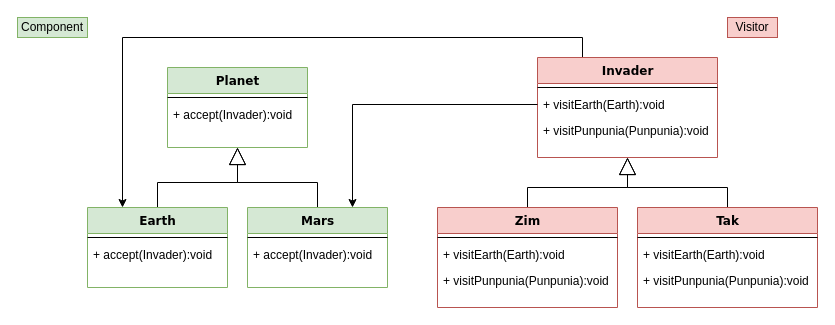
nicolaskruger/designPatterns keeps this draw.io diagram as assets/drawio/Visitor.drawio. Above is the earlier version. Source tidied: cells renumbered, new cells numbered last; positions are measured from the earlier drawing's top-left corner, leaving out a move shared by most shapes. Both pictures are drawn from the tidied source at 100%, with x=0, y=0 at pixel (17, 17).
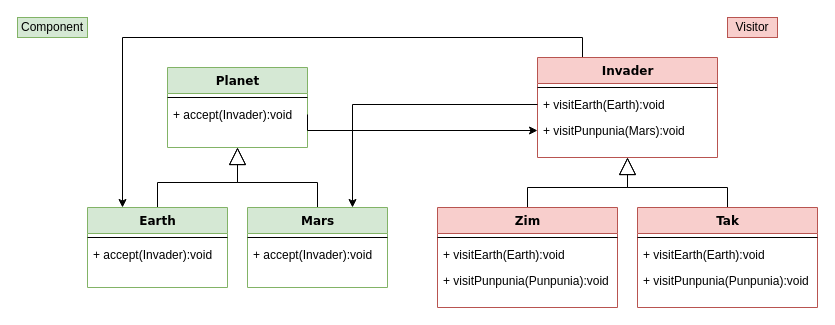
The same diagram, later.

The change refers to these unchanged cells:
```xml
<mxCell id="6" value="+ accept(Invader):void" style="text;html=1;strokeColor=none;fillColor=none;align=left;verticalAlign=top;spacingLeft=4;spacingRight=4;whiteSpace=wrap;overflow=hidden;points=[[0,0.5],[1,0.5]];portConstraint=eastwest;" parent="4" vertex="1">
  <mxGeometry y="34" width="140" height="26" as="geometry" />
</mxCell>
<mxCell id="17" value="Invader" style="swimlane;html=1;fontStyle=1;align=center;verticalAlign=top;horizontal=1;startSize=26;swimlaneFillColor=#ffffff;rounded=0;shadow=0;comic=0;labelBackgroundColor=none;strokeWidth=1;fillColor=#f8cecc;fontFamily=Verdana;fontSize=12;strokeColor=#b85450;" parent="1" vertex="1">
  <mxGeometry x="520" y="40" width="180" height="100" as="geometry" />
</mxCell>
```

The edit, as a diff of the source:
```diff
@@
-    <mxCell id="20" value="+ visitPunpunia(Punpunia):void" style="text;html=1;strokeColor=none;fillColor=none;align=left;verticalAlign=top;spacingLeft=4;spacingRight=4;whiteSpace=wrap;overflow=hidden;points=[[0,0.5],[1,0.5]];portConstraint=eastwest;" parent="17" vertex="1">
+    <mxCell id="20" value="+ visitPunpunia(Mars):void" style="text;html=1;strokeColor=none;fillColor=none;align=left;verticalAlign=top;spacingLeft=4;spacingRight=4;whiteSpace=wrap;overflow=hidden;points=[[0,0.5],[1,0.5]];portConstraint=eastwest;" parent="17" vertex="1">
       <mxGeometry y="60" width="180" height="26" as="geometry" />
     </mxCell>
@@
+    <mxCell id="31" style="edgeStyle=orthogonalEdgeStyle;rounded=0;jettySize=auto;html=1;exitX=1;exitY=0.5;exitDx=0;exitDy=0;entryX=0;entryY=0.5;entryDx=0;entryDy=0;startArrow=none;startFill=0;endArrow=classic;endFill=1;" parent="1" edge="1" source="6" target="20">
+      <mxGeometry relative="1" as="geometry">
+        <Array as="points">
+          <mxPoint x="290" y="113" />
+        </Array>
+      </mxGeometry>
+    </mxCell>
```
